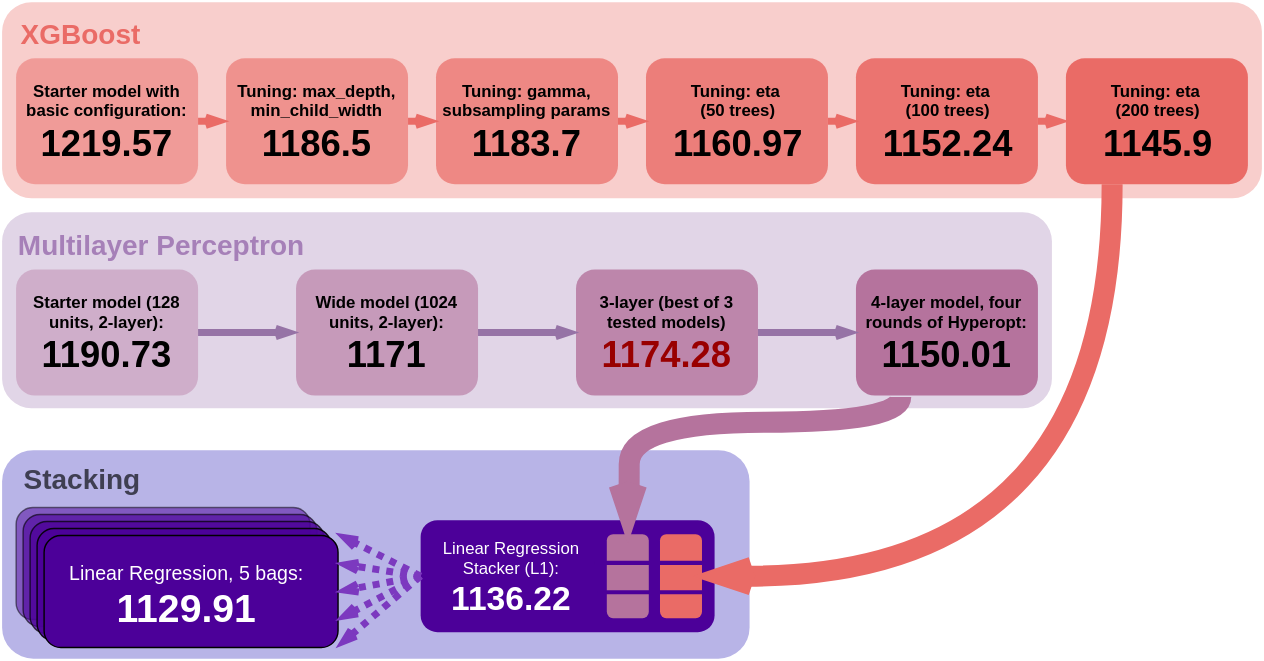
Earlier version of the draw.io export images/capstone_scores.svg (dnkirill/allstate_capstone). Source tidied: cells renumbered, new cells last; positions are measured from the earlier drawing's top-left corner, leaving out a move shared by most shapes. Source of this version:
```xml
<mxGraphModel>
  <root>
    <mxCell id="0" />
    <mxCell id="1" parent="0" />
    <mxCell id="2" style="whiteSpace=wrap;html=1;rounded=1;strokeColor=none;fillColor=#B8B4E7;fontColor=#FFFFFF;" parent="1" vertex="1">
      <mxGeometry y="320" width="534" height="149" as="geometry" />
    </mxCell>
    <mxCell id="3" style="whiteSpace=wrap;html=1;rounded=1;strokeColor=none;fillColor=#e1d5e7;fontColor=#FFFFFF;" parent="1" vertex="1">
      <mxGeometry y="150" width="750" height="140" as="geometry" />
    </mxCell>
    <mxCell id="4" style="whiteSpace=wrap;html=1;rounded=1;strokeColor=none;fillColor=#f8cecc;fontColor=#FFFFFF;" parent="1" vertex="1">
      <mxGeometry width="900" height="140" as="geometry" />
    </mxCell>
    <mxCell id="5" value="&lt;div&gt;&lt;span&gt;&lt;font style=&quot;font-size: 12px&quot;&gt;&lt;b&gt;Starter model with basic configuration:&lt;/b&gt;&lt;/font&gt;&lt;/span&gt;&lt;/div&gt;&lt;span&gt;&lt;b&gt;&lt;font style=&quot;font-size: 26px&quot;&gt;1219.57&lt;/font&gt;&lt;/b&gt;&lt;/span&gt;" style="whiteSpace=wrap;html=1;rounded=1;fillColor=#EA6B66;strokeColor=none;opacity=50;" parent="1" vertex="1">
      <mxGeometry x="10" y="40" width="130" height="90" as="geometry" />
    </mxCell>
    <mxCell id="6" value="&lt;div&gt;&lt;b&gt;&lt;font style=&quot;font-size: 12px&quot;&gt;Tuning: max_depth, min_child_width&lt;/font&gt;&lt;/b&gt;&lt;/div&gt;&lt;span&gt;&lt;b&gt;&lt;font style=&quot;font-size: 26px&quot;&gt;1186.5&lt;/font&gt;&lt;/b&gt;&lt;/span&gt;" style="whiteSpace=wrap;html=1;rounded=1;fillColor=#EA6B66;strokeColor=none;opacity=60;" parent="1" vertex="1">
      <mxGeometry x="160" y="40" width="130" height="90" as="geometry" />
    </mxCell>
    <mxCell id="7" value="&lt;div&gt;&lt;b&gt;&lt;font style=&quot;font-size: 12px&quot;&gt;Tuning: gamma, subsampling params&lt;/font&gt;&lt;/b&gt;&lt;/div&gt;&lt;span&gt;&lt;b&gt;&lt;font style=&quot;font-size: 26px&quot;&gt;1183.7&lt;/font&gt;&lt;/b&gt;&lt;/span&gt;&lt;br&gt;" style="whiteSpace=wrap;html=1;rounded=1;fillColor=#EA6B66;strokeColor=none;opacity=70;" parent="1" vertex="1">
      <mxGeometry x="310" y="40" width="130" height="90" as="geometry" />
    </mxCell>
    <mxCell id="8" value="&lt;div&gt;&lt;b&gt;&lt;font style=&quot;font-size: 12px&quot;&gt;Tuning: eta&amp;nbsp;&lt;/font&gt;&lt;/b&gt;&lt;/div&gt;&lt;div&gt;&lt;b&gt;&lt;font style=&quot;font-size: 12px&quot;&gt;(50 trees)&lt;/font&gt;&lt;/b&gt;&lt;/div&gt;&lt;span&gt;&lt;b&gt;&lt;font style=&quot;font-size: 26px&quot;&gt;1160.97&lt;/font&gt;&lt;/b&gt;&lt;/span&gt;&lt;br&gt;" style="whiteSpace=wrap;html=1;rounded=1;fillColor=#EA6B66;strokeColor=none;opacity=80;" parent="1" vertex="1">
      <mxGeometry x="460" y="40" width="130" height="90" as="geometry" />
    </mxCell>
    <mxCell id="9" value="&lt;div&gt;&lt;b&gt;&lt;font style=&quot;font-size: 12px&quot;&gt;Tuning: eta&amp;nbsp;&lt;/font&gt;&lt;/b&gt;&lt;/div&gt;&lt;div&gt;&lt;b&gt;&lt;font style=&quot;font-size: 12px&quot;&gt;(100 trees)&lt;/font&gt;&lt;/b&gt;&lt;/div&gt;&lt;span&gt;&lt;b&gt;&lt;font style=&quot;font-size: 26px&quot;&gt;1152.24&lt;/font&gt;&lt;/b&gt;&lt;/span&gt;&lt;br&gt;" style="whiteSpace=wrap;html=1;rounded=1;fillColor=#EA6B66;strokeColor=none;opacity=90;" parent="1" vertex="1">
      <mxGeometry x="610" y="40" width="130" height="90" as="geometry" />
    </mxCell>
    <mxCell id="10" value="&lt;div&gt;&lt;b&gt;&lt;font style=&quot;font-size: 12px&quot;&gt;Tuning: eta&amp;nbsp;&lt;/font&gt;&lt;/b&gt;&lt;/div&gt;&lt;div&gt;&lt;b&gt;&lt;font style=&quot;font-size: 12px&quot;&gt;(200 trees)&lt;/font&gt;&lt;/b&gt;&lt;/div&gt;&lt;span&gt;&lt;b&gt;&lt;font style=&quot;font-size: 26px&quot;&gt;1145.9&lt;/font&gt;&lt;/b&gt;&lt;/span&gt;&lt;br&gt;" style="whiteSpace=wrap;html=1;rounded=1;fillColor=#EA6B66;strokeColor=none;" parent="1" vertex="1">
      <mxGeometry x="760" y="40" width="130" height="90" as="geometry" />
    </mxCell>
    <mxCell id="11" value="&lt;div&gt;&lt;span&gt;&lt;b&gt;&lt;font style=&quot;font-size: 12px&quot;&gt;Starter model (128 units,&amp;nbsp;2-layer):&lt;/font&gt;&lt;/b&gt;&lt;/span&gt;&lt;/div&gt;&lt;span&gt;&lt;b&gt;&lt;font style=&quot;font-size: 26px&quot;&gt;1190.73&lt;/font&gt;&lt;/b&gt;&lt;/span&gt;&lt;br&gt;" style="whiteSpace=wrap;html=1;rounded=1;fillColor=#B5739D;strokeColor=none;opacity=40;" parent="1" vertex="1">
      <mxGeometry x="10" y="191" width="130" height="90" as="geometry" />
    </mxCell>
    <mxCell id="12" value="&lt;div&gt;&lt;span&gt;&lt;b&gt;&lt;font style=&quot;font-size: 12px&quot;&gt;Wide model (1024 units, 2-layer):&lt;/font&gt;&lt;/b&gt;&lt;/span&gt;&lt;/div&gt;&lt;span&gt;&lt;b&gt;&lt;font style=&quot;font-size: 26px&quot;&gt;1171&lt;/font&gt;&lt;/b&gt;&lt;/span&gt;&lt;br&gt;" style="whiteSpace=wrap;html=1;rounded=1;fillColor=#B5739D;strokeColor=none;opacity=60;" parent="1" vertex="1">
      <mxGeometry x="210" y="191" width="130" height="90" as="geometry" />
    </mxCell>
    <mxCell id="13" value="&lt;div&gt;&lt;span&gt;&lt;b&gt;&lt;font style=&quot;font-size: 12px&quot;&gt;3-layer (best of 3 tested models)&lt;/font&gt;&lt;/b&gt;&lt;/span&gt;&lt;/div&gt;&lt;span&gt;&lt;b&gt;&lt;font style=&quot;font-size: 26px&quot; color=&quot;#990000&quot;&gt;1174.28&lt;/font&gt;&lt;/b&gt;&lt;/span&gt;&lt;br&gt;" style="whiteSpace=wrap;html=1;rounded=1;fillColor=#B5739D;strokeColor=none;opacity=80;" parent="1" vertex="1">
      <mxGeometry x="410" y="191" width="130" height="90" as="geometry" />
    </mxCell>
    <mxCell id="14" value="&lt;div&gt;&lt;span&gt;&lt;b&gt;&lt;font style=&quot;font-size: 12px&quot;&gt;4-layer model, four rounds of Hyperopt:&lt;/font&gt;&lt;/b&gt;&lt;/span&gt;&lt;/div&gt;&lt;span&gt;&lt;b&gt;&lt;font style=&quot;font-size: 26px&quot;&gt;1150.01&lt;/font&gt;&lt;/b&gt;&lt;/span&gt;&lt;br&gt;" style="whiteSpace=wrap;html=1;rounded=1;fillColor=#B5739D;strokeColor=none;" parent="1" vertex="1">
      <mxGeometry x="610" y="191" width="130" height="90" as="geometry" />
    </mxCell>
    <mxCell id="15" style="rounded=1;whiteSpace=wrap;html=1;fillColor=#4C0099;strokeColor=none;" parent="1" vertex="1">
      <mxGeometry x="299" y="370" width="210" height="80" as="geometry" />
    </mxCell>
    <mxCell id="16" style="whiteSpace=wrap;html=1;rounded=1;fillColor=#B5739D;strokeColor=none;" parent="1" vertex="1">
      <mxGeometry x="432" y="380" width="30" height="60" as="geometry" />
    </mxCell>
    <mxCell id="17" value="&lt;div&gt;&lt;br&gt;&lt;/div&gt;" style="whiteSpace=wrap;html=1;rounded=1;fillColor=#EA6B66;strokeColor=none;" parent="1" vertex="1">
      <mxGeometry x="470" y="380" width="30" height="60" as="geometry" />
    </mxCell>
    <mxCell id="18" style="rounded=1;whiteSpace=wrap;html=1;fillColor=#4C0099;strokeColor=none;" parent="1" vertex="1">
      <mxGeometry x="423" y="399" width="80" height="3" as="geometry" />
    </mxCell>
    <mxCell id="19" style="rounded=1;whiteSpace=wrap;html=1;fillColor=#4C0099;strokeColor=none;" parent="1" vertex="1">
      <mxGeometry x="425" y="420" width="80" height="3" as="geometry" />
    </mxCell>
    <mxCell id="20" style="rounded=1;whiteSpace=wrap;html=1;fillColor=#4C0099;strokeColor=#000000;opacity=50;" parent="1" vertex="1">
      <mxGeometry x="10" y="361" width="210" height="80" as="geometry" />
    </mxCell>
    <mxCell id="21" style="rounded=1;whiteSpace=wrap;html=1;fillColor=#4C0099;strokeColor=#000000;opacity=60;" parent="1" vertex="1">
      <mxGeometry x="15" y="366" width="210" height="80" as="geometry" />
    </mxCell>
    <mxCell id="22" style="rounded=1;whiteSpace=wrap;html=1;fillColor=#4C0099;strokeColor=#000000;opacity=70;" parent="1" vertex="1">
      <mxGeometry x="20" y="371" width="210" height="80" as="geometry" />
    </mxCell>
    <mxCell id="23" style="rounded=1;whiteSpace=wrap;html=1;fillColor=#4C0099;strokeColor=#000000;opacity=90;" parent="1" vertex="1">
      <mxGeometry x="25" y="376" width="210" height="80" as="geometry" />
    </mxCell>
    <mxCell id="24" style="rounded=1;whiteSpace=wrap;html=1;fillColor=#4C0099;strokeColor=#000000;" parent="1" vertex="1">
      <mxGeometry x="30" y="381" width="210" height="80" as="geometry" />
    </mxCell>
    <mxCell id="25" style="edgeStyle=orthogonalEdgeStyle;curved=1;rounded=0;html=1;exitX=0.25;exitY=1;entryX=1;entryY=0.5;startSize=4;endArrow=openThin;endFill=0;endSize=4;jettySize=auto;strokeColor=#EA6B66;strokeWidth=15;" parent="1" edge="1" source="10" target="17">
      <mxGeometry relative="1" as="geometry" />
    </mxCell>
    <mxCell id="26" value="Linear Regression&lt;br&gt;Stacker (L1):&lt;div&gt;&lt;font style=&quot;font-size: 24px&quot;&gt;&lt;b&gt;1136.22&lt;/b&gt;&lt;/font&gt;&lt;br&gt;&lt;/div&gt;" style="text;html=1;strokeColor=none;fillColor=none;align=center;verticalAlign=middle;whiteSpace=wrap;rounded=1;fontColor=#FFFFFF;" parent="1" vertex="1">
      <mxGeometry x="309" y="401" width="110" height="20" as="geometry" />
    </mxCell>
    <mxCell id="27" value="&lt;font style=&quot;font-size: 14px&quot;&gt;Linear Regression, 5 bags:&lt;/font&gt;&lt;div&gt;&lt;span&gt;&lt;b&gt;&lt;font style=&quot;font-size: 28px&quot;&gt;1129.91&lt;/font&gt;&lt;/b&gt;&lt;/span&gt;&lt;br&gt;&lt;/div&gt;" style="text;html=1;strokeColor=none;fillColor=none;align=center;verticalAlign=middle;whiteSpace=wrap;rounded=1;fontColor=#FFFFFF;" parent="1" vertex="1">
      <mxGeometry x="37" y="413" width="190" height="20" as="geometry" />
    </mxCell>
    <mxCell id="28" style="edgeStyle=none;rounded=0;html=1;exitX=1;exitY=0.5;entryX=0;entryY=0.5;startSize=4;endArrow=openThin;endFill=0;endSize=4;jettySize=auto;strokeColor=#EA6B66;strokeWidth=5;fontColor=#FFFFFF;" parent="1" edge="1" source="6" target="7">
      <mxGeometry relative="1" as="geometry" />
    </mxCell>
    <mxCell id="29" style="edgeStyle=none;rounded=0;html=1;exitX=1;exitY=0.5;entryX=0;entryY=0.5;startSize=4;endArrow=openThin;endFill=0;endSize=4;jettySize=auto;strokeColor=#EA6B66;strokeWidth=5;fontColor=#FFFFFF;" parent="1" edge="1" source="7" target="8">
      <mxGeometry relative="1" as="geometry" />
    </mxCell>
    <mxCell id="30" style="edgeStyle=none;rounded=0;html=1;exitX=1;exitY=0.5;entryX=0;entryY=0.5;startSize=4;endArrow=openThin;endFill=0;endSize=4;jettySize=auto;strokeColor=#EA6B66;strokeWidth=5;fontColor=#FFFFFF;" parent="1" edge="1" source="5" target="6">
      <mxGeometry relative="1" as="geometry" />
    </mxCell>
    <mxCell id="31" style="edgeStyle=none;rounded=0;html=1;exitX=1;exitY=0.5;entryX=0;entryY=0.5;startSize=4;endArrow=openThin;endFill=0;endSize=4;jettySize=auto;strokeColor=#EA6B66;strokeWidth=5;fontColor=#FFFFFF;" parent="1" edge="1" source="8" target="9">
      <mxGeometry relative="1" as="geometry" />
    </mxCell>
    <mxCell id="32" style="edgeStyle=none;rounded=0;html=1;exitX=1;exitY=0.5;entryX=0;entryY=0.5;startSize=4;endArrow=openThin;endFill=0;endSize=4;jettySize=auto;strokeColor=#EA6B66;strokeWidth=5;fontColor=#FFFFFF;" parent="1" edge="1" source="9" target="10">
      <mxGeometry relative="1" as="geometry" />
    </mxCell>
    <mxCell id="33" style="edgeStyle=none;rounded=0;html=1;exitX=1;exitY=0.5;entryX=0;entryY=0.5;startSize=4;endArrow=openThin;endFill=0;endSize=4;jettySize=auto;strokeColor=#9673a6;strokeWidth=5;fontColor=#FFFFFF;fillColor=#e1d5e7;" parent="1" edge="1" source="11" target="12">
      <mxGeometry relative="1" as="geometry" />
    </mxCell>
    <mxCell id="34" style="edgeStyle=none;rounded=0;html=1;exitX=1;exitY=0.5;entryX=0;entryY=0.5;startSize=4;endArrow=openThin;endFill=0;endSize=4;jettySize=auto;strokeColor=#9673a6;strokeWidth=5;fontColor=#FFFFFF;fillColor=#e1d5e7;" parent="1" edge="1" source="12" target="13">
      <mxGeometry relative="1" as="geometry" />
    </mxCell>
    <mxCell id="35" style="edgeStyle=none;rounded=0;html=1;exitX=1;exitY=0.5;entryX=0;entryY=0.5;startSize=4;endArrow=openThin;endFill=0;endSize=4;jettySize=auto;strokeColor=#9673a6;strokeWidth=5;fontColor=#FFFFFF;fillColor=#e1d5e7;" parent="1" edge="1" source="13" target="14">
      <mxGeometry relative="1" as="geometry" />
    </mxCell>
    <mxCell id="36" value="XGBoost" style="text;html=1;strokeColor=none;fillColor=none;align=center;verticalAlign=middle;whiteSpace=wrap;rounded=1;fontColor=#EA6B66;fontStyle=1;fontSize=20;" parent="1" vertex="1">
      <mxGeometry x="35" y="12" width="40" height="20" as="geometry" />
    </mxCell>
    <mxCell id="37" value="Multilayer Perceptron" style="text;html=1;strokeColor=none;fillColor=none;align=center;verticalAlign=middle;whiteSpace=wrap;rounded=1;fontColor=#A680B8;fontStyle=1;fontSize=20;" parent="1" vertex="1">
      <mxGeometry x="6" y="163" width="214" height="20" as="geometry" />
    </mxCell>
    <mxCell id="38" value="&lt;font color=&quot;#3f3f52&quot;&gt;Stacking&lt;/font&gt;" style="text;html=1;strokeColor=none;fillColor=none;align=center;verticalAlign=middle;whiteSpace=wrap;rounded=1;fontColor=#A680B8;fontStyle=1;fontSize=20;arcSize=50;" parent="1" vertex="1">
      <mxGeometry x="13" y="330" width="87" height="20" as="geometry" />
    </mxCell>
    <mxCell id="39" style="edgeStyle=none;curved=1;html=1;exitX=0;exitY=0.5;entryX=1;entryY=0.25;startSize=4;endArrow=openThin;endFill=0;endSize=4;jettySize=auto;strokeColor=#7C39BF;strokeWidth=5;fontSize=20;fontColor=#A680B8;fillColor=#dae8fc;dashed=1;dashPattern=1 1;" parent="1" edge="1" source="15" target="24">
      <mxGeometry relative="1" as="geometry" />
    </mxCell>
    <mxCell id="40" style="edgeStyle=none;curved=1;html=1;exitX=0;exitY=0.5;entryX=1;entryY=0.5;dashed=1;dashPattern=1 1;startSize=4;endArrow=openThin;endFill=0;endSize=4;jettySize=auto;strokeColor=#7C39BF;strokeWidth=5;fontSize=20;fontColor=#A680B8;" parent="1" edge="1" source="15" target="24">
      <mxGeometry relative="1" as="geometry" />
    </mxCell>
    <mxCell id="41" style="edgeStyle=none;curved=1;html=1;exitX=0;exitY=0.5;entryX=1;entryY=0.75;dashed=1;dashPattern=1 1;startSize=4;endArrow=openThin;endFill=0;endSize=4;jettySize=auto;strokeColor=#7C39BF;strokeWidth=5;fontSize=20;fontColor=#A680B8;" parent="1" edge="1" source="15" target="24">
      <mxGeometry relative="1" as="geometry" />
    </mxCell>
    <mxCell id="42" style="edgeStyle=none;curved=1;html=1;exitX=0;exitY=0.5;dashed=1;dashPattern=1 1;startSize=4;endArrow=openThin;endFill=0;endSize=4;jettySize=auto;strokeColor=#7C39BF;strokeWidth=5;fontSize=20;fontColor=#A680B8;" parent="1" edge="1" source="15">
      <mxGeometry relative="1" as="geometry">
        <mxPoint x="240" y="380" as="targetPoint" />
      </mxGeometry>
    </mxCell>
    <mxCell id="43" style="edgeStyle=none;curved=1;html=1;exitX=0;exitY=0.5;dashed=1;dashPattern=1 1;startSize=4;endArrow=openThin;endFill=0;endSize=4;jettySize=auto;strokeColor=#7C39BF;strokeWidth=5;fontSize=20;fontColor=#A680B8;" parent="1" edge="1" source="15">
      <mxGeometry relative="1" as="geometry">
        <mxPoint x="240" y="460" as="targetPoint" />
      </mxGeometry>
    </mxCell>
    <mxCell id="44" style="edgeStyle=orthogonalEdgeStyle;rounded=0;html=1;entryX=0.5;entryY=0;startSize=4;endArrow=openThin;endFill=0;endSize=4;jettySize=auto;strokeColor=#B5739D;strokeWidth=15;curved=1;fillColor=#e1d5e7;" parent="1" edge="1" target="16">
      <mxGeometry relative="1" as="geometry">
        <mxPoint x="642" y="282" as="sourcePoint" />
        <Array as="points">
          <mxPoint x="642" y="300" />
          <mxPoint x="448" y="300" />
          <mxPoint x="448" y="360" />
          <mxPoint x="447" y="360" />
        </Array>
      </mxGeometry>
    </mxCell>
  </root>
</mxGraphModel>
```
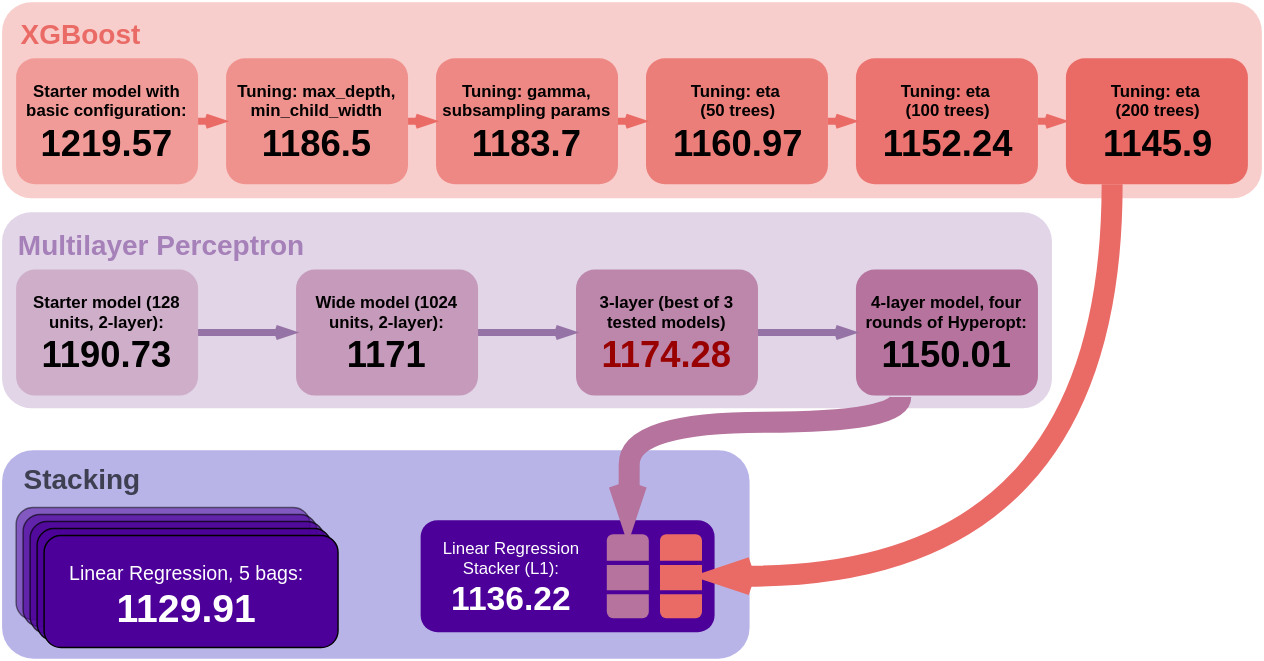
Above is the later version.

The edit, as a diff of the source:
```diff
@@ -113,25 +113,6 @@
     <mxCell id="38" value="&lt;font color=&quot;#3f3f52&quot;&gt;Stacking&lt;/font&gt;" style="text;html=1;strokeColor=none;fillColor=none;align=center;verticalAlign=middle;whiteSpace=wrap;rounded=1;fontColor=#A680B8;fontStyle=1;fontSize=20;arcSize=50;" parent="1" vertex="1">
       <mxGeometry x="13" y="330" width="87" height="20" as="geometry" />
     </mxCell>
-    <mxCell id="39" style="edgeStyle=none;curved=1;html=1;exitX=0;exitY=0.5;entryX=1;entryY=0.25;startSize=4;endArrow=openThin;endFill=0;endSize=4;jettySize=auto;strokeColor=#7C39BF;strokeWidth=5;fontSize=20;fontColor=#A680B8;fillColor=#dae8fc;dashed=1;dashPattern=1 1;" parent="1" edge="1" source="15" target="24">
-      <mxGeometry relative="1" as="geometry" />
-    </mxCell>
-    <mxCell id="40" style="edgeStyle=none;curved=1;html=1;exitX=0;exitY=0.5;entryX=1;entryY=0.5;dashed=1;dashPattern=1 1;startSize=4;endArrow=openThin;endFill=0;endSize=4;jettySize=auto;strokeColor=#7C39BF;strokeWidth=5;fontSize=20;fontColor=#A680B8;" parent="1" edge="1" source="15" target="24">
-      <mxGeometry relative="1" as="geometry" />
-    </mxCell>
-    <mxCell id="41" style="edgeStyle=none;curved=1;html=1;exitX=0;exitY=0.5;entryX=1;entryY=0.75;dashed=1;dashPattern=1 1;startSize=4;endArrow=openThin;endFill=0;endSize=4;jettySize=auto;strokeColor=#7C39BF;strokeWidth=5;fontSize=20;fontColor=#A680B8;" parent="1" edge="1" source="15" target="24">
-      <mxGeometry relative="1" as="geometry" />
-    </mxCell>
-    <mxCell id="42" style="edgeStyle=none;curved=1;html=1;exitX=0;exitY=0.5;dashed=1;dashPattern=1 1;startSize=4;endArrow=openThin;endFill=0;endSize=4;jettySize=auto;strokeColor=#7C39BF;strokeWidth=5;fontSize=20;fontColor=#A680B8;" parent="1" edge="1" source="15">
-      <mxGeometry relative="1" as="geometry">
-        <mxPoint x="240" y="380" as="targetPoint" />
-      </mxGeometry>
-    </mxCell>
-    <mxCell id="43" style="edgeStyle=none;curved=1;html=1;exitX=0;exitY=0.5;dashed=1;dashPattern=1 1;startSize=4;endArrow=openThin;endFill=0;endSize=4;jettySize=auto;strokeColor=#7C39BF;strokeWidth=5;fontSize=20;fontColor=#A680B8;" parent="1" edge="1" source="15">
-      <mxGeometry relative="1" as="geometry">
-        <mxPoint x="240" y="460" as="targetPoint" />
-      </mxGeometry>
-    </mxCell>
     <mxCell id="44" style="edgeStyle=orthogonalEdgeStyle;rounded=0;html=1;entryX=0.5;entryY=0;startSize=4;endArrow=openThin;endFill=0;endSize=4;jettySize=auto;strokeColor=#B5739D;strokeWidth=15;curved=1;fillColor=#e1d5e7;" parent="1" edge="1" target="16">
       <mxGeometry relative="1" as="geometry">
         <mxPoint x="642" y="282" as="sourcePoint" />
```
